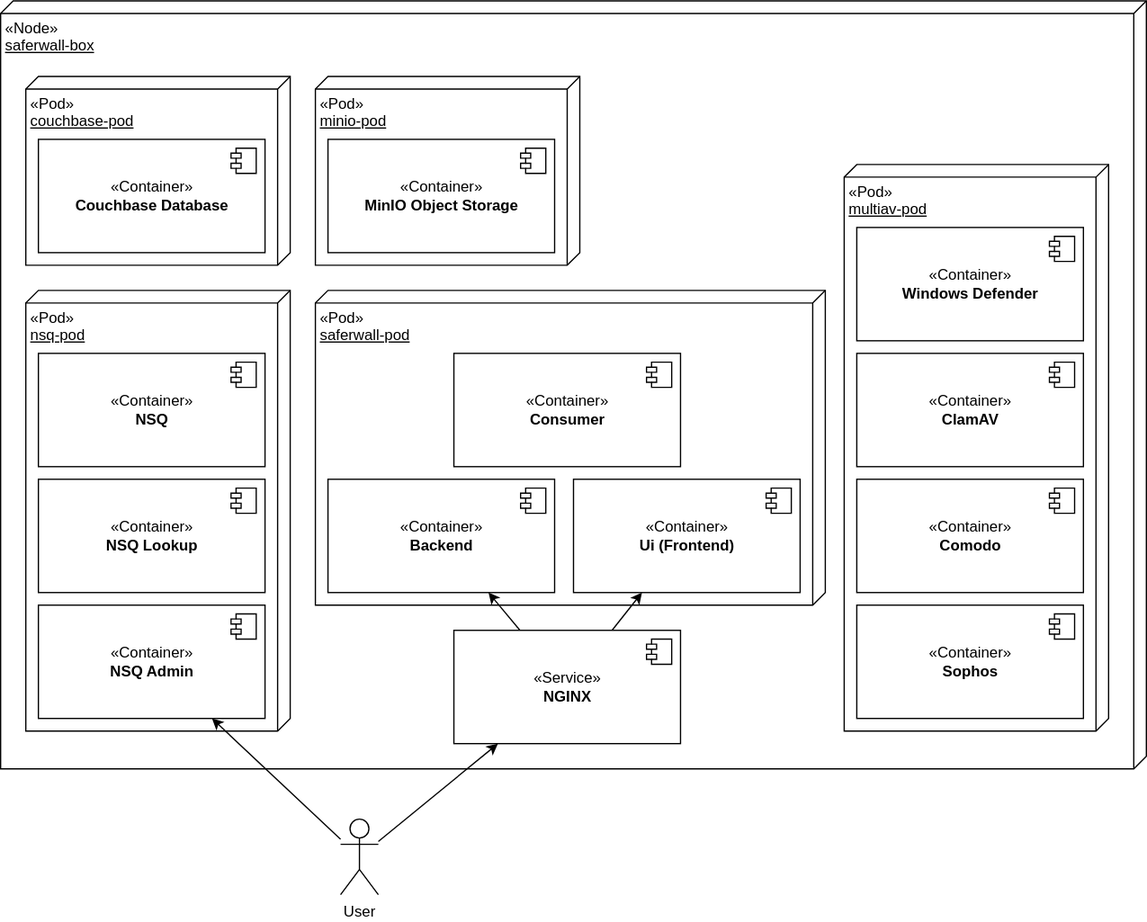
Before: docs/resources/deployments.svg, a diagram exported from draw.io (extra2000/saferwall-box). Source tidied: cells renumbered, new cells last; positions are measured from the earlier drawing's top-left corner, leaving out a move shared by most shapes.
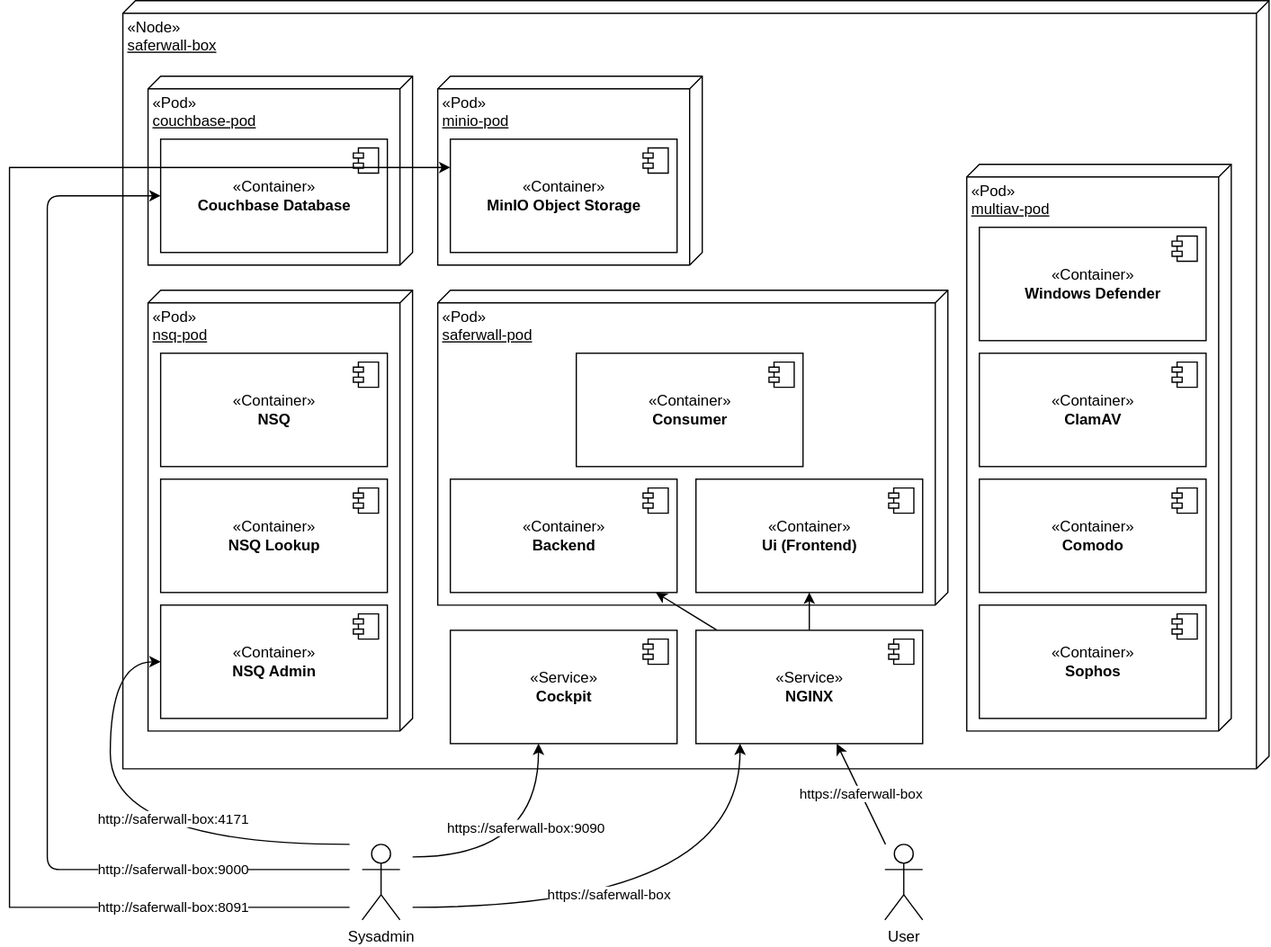
Later version of the same file.

Change to the diagram source:
```diff
@@ -66,14 +66,11 @@
         <mxPoint x="-27" y="7" as="offset" />
       </mxGeometry>
     </mxCell>
-    <mxCell id="18" style="rounded=0;jettySize=auto;html=1;" parent="1" edge="1" source="20" target="36">
+    <mxCell id="18" value="https://saferwall-box" style="rounded=0;jettySize=auto;html=1;" parent="1" edge="1" source="20" target="36">
       <mxGeometry relative="1" as="geometry" />
     </mxCell>
-    <mxCell id="19" style="edgeStyle=none;rounded=0;jettySize=auto;html=1;" parent="1" edge="1" source="20" target="38">
-      <mxGeometry relative="1" as="geometry" />
-    </mxCell>
     <mxCell id="20" value="User" style="shape=umlActor;verticalLabelPosition=bottom;verticalAlign=top;html=1;outlineConnect=0;" parent="1" vertex="1">
-      <mxGeometry x="270" y="650" width="30" height="60" as="geometry" />
+      <mxGeometry x="605" y="670" width="30" height="60" as="geometry" />
     </mxCell>
     <mxCell id="21" value="«Container»&lt;br&gt;&lt;b&gt;Backend&lt;/b&gt;" style="html=1;" parent="1" vertex="1">
       <mxGeometry x="260" y="380" width="180" height="90" as="geometry" />
@@ -133,7 +130,7 @@
       <mxGeometry relative="1" as="geometry" />
     </mxCell>
     <mxCell id="36" value="«Service»&lt;br&gt;&lt;b&gt;NGINX&lt;/b&gt;" style="html=1;" parent="1" vertex="1">
-      <mxGeometry x="360" y="500" width="180" height="90" as="geometry" />
+      <mxGeometry x="455" y="500" width="180" height="90" as="geometry" />
     </mxCell>
     <mxCell id="37" style="shape=component;jettyWidth=8;jettyHeight=4;" parent="36" vertex="1">
       <mxGeometry x="1" width="20" height="20" relative="1" as="geometry">
@@ -148,5 +145,59 @@
         <mxPoint x="-27" y="7" as="offset" />
       </mxGeometry>
     </mxCell>
+    <mxCell id="40" value="«Service»&lt;br&gt;&lt;b&gt;Cockpit&lt;/b&gt;" style="html=1;" parent="1" vertex="1">
+      <mxGeometry x="260" y="500" width="180" height="90" as="geometry" />
+    </mxCell>
+    <mxCell id="41" style="shape=component;jettyWidth=8;jettyHeight=4;" parent="40" vertex="1">
+      <mxGeometry x="1" width="20" height="20" relative="1" as="geometry">
+        <mxPoint x="-27" y="7" as="offset" />
+      </mxGeometry>
+    </mxCell>
+    <mxCell id="42" value="https://saferwall-box" style="jettySize=auto;html=1;edgeStyle=orthogonalEdgeStyle;curved=1;" parent="1" edge="1" target="36">
+      <mxGeometry x="-0.2" y="10" relative="1" as="geometry">
+        <mxPoint x="230" y="720" as="sourcePoint" />
+        <Array as="points">
+          <mxPoint x="490" y="720" />
+        </Array>
+      </mxGeometry>
+    </mxCell>
+    <mxCell id="43" value="https://saferwall-box:9090" style="edgeStyle=orthogonalEdgeStyle;jettySize=auto;html=1;strokeColor=#000000;curved=1;" parent="1" edge="1" target="40">
+      <mxGeometry x="0.3" y="10" relative="1" as="geometry">
+        <mxPoint x="230" y="680" as="sourcePoint" />
+        <Array as="points">
+          <mxPoint x="330" y="680" />
+        </Array>
+      </mxGeometry>
+    </mxCell>
+    <mxCell id="44" value="http://saferwall-box:4171" style="edgeStyle=elbowEdgeStyle;jettySize=auto;html=1;curved=1;" parent="1" edge="1" target="38">
+      <mxGeometry x="-0.25" y="-20" relative="1" as="geometry">
+        <mxPoint x="180" y="670" as="sourcePoint" />
+        <Array as="points">
+          <mxPoint x="-10" y="610" />
+        </Array>
+      </mxGeometry>
+    </mxCell>
+    <mxCell id="45" value="http://saferwall-box:9000" style="edgeStyle=elbowEdgeStyle;jettySize=auto;html=1;strokeColor=#000000;rounded=1;" parent="1" edge="1" target="16">
+      <mxGeometry x="-0.68" relative="1" as="geometry">
+        <mxPoint x="180" y="690" as="sourcePoint" />
+        <Array as="points">
+          <mxPoint x="-60" y="440" />
+        </Array>
+      </mxGeometry>
+    </mxCell>
+    <mxCell id="46" value="http://saferwall-box:8091" style="edgeStyle=elbowEdgeStyle;rounded=0;jettySize=auto;html=1;strokeColor=#000000;entryX=0;entryY=0.25;entryDx=0;entryDy=0;" parent="1" edge="1" target="8">
+      <mxGeometry x="-0.77" relative="1" as="geometry">
+        <mxPoint x="180" y="720" as="sourcePoint" />
+        <Array as="points">
+          <mxPoint x="-90" y="430" />
+          <mxPoint x="-150" y="430" />
+          <mxPoint x="-100" y="160" />
+          <mxPoint x="-90" y="160" />
+        </Array>
+      </mxGeometry>
+    </mxCell>
+    <mxCell id="47" value="Sysadmin" style="shape=umlActor;verticalLabelPosition=bottom;verticalAlign=top;html=1;" parent="1" vertex="1">
+      <mxGeometry x="190" y="670" width="30" height="60" as="geometry" />
+    </mxCell>
   </root>
 </mxGraphModel>
```
